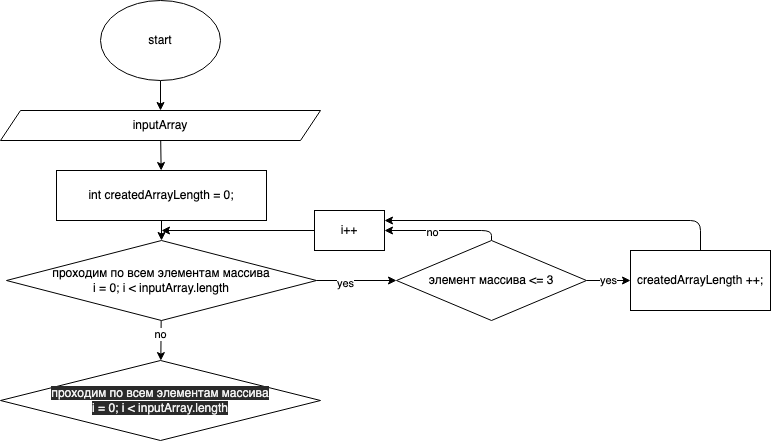
Before: finalTest.drawio.png, a diagram exported from draw.io (AlexanderRostovshchikov/final_test_work_first_quarter). Source tidied: cells renumbered, new cells last; positions are measured from the earlier drawing's top-left corner, leaving out a move shared by most shapes. The source it was exported from:
```xml
<mxGraphModel>
  <root>
    <mxCell id="0" />
    <mxCell id="1" parent="0" />
    <mxCell id="2" style="edgeStyle=none;html=1;" parent="1" edge="1" source="3" target="5">
      <mxGeometry relative="1" as="geometry" />
    </mxCell>
    <mxCell id="3" value="start" style="ellipse;whiteSpace=wrap;html=1;" parent="1" vertex="1">
      <mxGeometry x="100" width="120" height="80" as="geometry" />
    </mxCell>
    <mxCell id="4" style="edgeStyle=none;html=1;" parent="1" edge="1" source="5" target="7">
      <mxGeometry relative="1" as="geometry" />
    </mxCell>
    <mxCell id="5" value="inputArray" style="shape=parallelogram;perimeter=parallelogramPerimeter;whiteSpace=wrap;html=1;fixedSize=1;" parent="1" vertex="1">
      <mxGeometry y="110" width="320" height="30" as="geometry" />
    </mxCell>
    <mxCell id="6" style="edgeStyle=none;html=1;" parent="1" edge="1" source="7" target="12">
      <mxGeometry relative="1" as="geometry" />
    </mxCell>
    <mxCell id="7" value="int createdArrayLength = 0;" style="whiteSpace=wrap;html=1;" parent="1" vertex="1">
      <mxGeometry x="56" y="170" width="210" height="50" as="geometry" />
    </mxCell>
    <mxCell id="8" style="edgeStyle=none;html=1;" parent="1" edge="1" source="12" target="16">
      <mxGeometry relative="1" as="geometry" />
    </mxCell>
    <mxCell id="9" value="yes" style="edgeLabel;html=1;align=center;verticalAlign=middle;" parent="8" vertex="1">
      <mxGeometry x="-0.3" y="-2" relative="1" as="geometry" />
    </mxCell>
    <mxCell id="10" style="edgeStyle=none;html=1;" parent="1" edge="1" source="12" target="21">
      <mxGeometry relative="1" as="geometry" />
    </mxCell>
    <mxCell id="11" value="no" style="edgeLabel;html=1;align=center;verticalAlign=middle;" parent="10" vertex="1">
      <mxGeometry x="-0.3" y="-1" relative="1" as="geometry" />
    </mxCell>
    <mxCell id="12" value="проходим по всем элементам массива&lt;br&gt;i = 0; i &amp;lt; inputArray.length" style="rhombus;whiteSpace=wrap;html=1;" parent="1" vertex="1">
      <mxGeometry x="6" y="240" width="310" height="80" as="geometry" />
    </mxCell>
    <mxCell id="13" style="edgeStyle=none;html=1;exitX=0.5;exitY=0;exitDx=0;exitDy=0;" parent="1" edge="1" source="16" target="18">
      <mxGeometry relative="1" as="geometry">
        <Array as="points">
          <mxPoint x="491" y="230" />
        </Array>
      </mxGeometry>
    </mxCell>
    <mxCell id="14" value="no" style="edgeLabel;html=1;align=center;verticalAlign=middle;" parent="13" vertex="1">
      <mxGeometry x="0.2" y="1" relative="1" as="geometry" />
    </mxCell>
    <mxCell id="15" value="yes" style="edgeStyle=none;html=1;" parent="1" edge="1" source="16">
      <mxGeometry relative="1" as="geometry">
        <mxPoint x="630" y="280" as="targetPoint" />
      </mxGeometry>
    </mxCell>
    <mxCell id="16" value="элемент массива &amp;lt;= 3" style="rhombus;whiteSpace=wrap;html=1;" parent="1" vertex="1">
      <mxGeometry x="396" y="240" width="190" height="80" as="geometry" />
    </mxCell>
    <mxCell id="17" style="edgeStyle=none;html=1;" parent="1" edge="1" source="18">
      <mxGeometry relative="1" as="geometry">
        <mxPoint x="161" y="230" as="targetPoint" />
      </mxGeometry>
    </mxCell>
    <mxCell id="18" value="i++" style="rounded=0;whiteSpace=wrap;html=1;" parent="1" vertex="1">
      <mxGeometry x="314" y="210" width="70" height="40" as="geometry" />
    </mxCell>
    <mxCell id="19" style="edgeStyle=none;html=1;exitX=0.5;exitY=0;exitDx=0;exitDy=0;entryX=1;entryY=0.25;entryDx=0;entryDy=0;" parent="1" edge="1" source="20" target="18">
      <mxGeometry relative="1" as="geometry">
        <Array as="points">
          <mxPoint x="700" y="220" />
        </Array>
      </mxGeometry>
    </mxCell>
    <mxCell id="20" value="createdArrayLength ++;&lt;br&gt;" style="rounded=0;whiteSpace=wrap;html=1;" parent="1" vertex="1">
      <mxGeometry x="630" y="250" width="140" height="60" as="geometry" />
    </mxCell>
    <mxCell id="21" value="&lt;meta charset=&quot;utf-8&quot;&gt;&lt;span style=&quot;color: rgb(240, 240, 240); font-family: helvetica; font-size: 12px; font-style: normal; font-weight: 400; letter-spacing: normal; text-align: center; text-indent: 0px; text-transform: none; word-spacing: 0px; background-color: rgb(42, 42, 42); display: inline; float: none;&quot;&gt;проходим по всем элементам массива&lt;/span&gt;&lt;br style=&quot;color: rgb(240, 240, 240); font-family: helvetica; font-size: 12px; font-style: normal; font-weight: 400; letter-spacing: normal; text-align: center; text-indent: 0px; text-transform: none; word-spacing: 0px; background-color: rgb(42, 42, 42);&quot;&gt;&lt;span style=&quot;color: rgb(240, 240, 240); font-family: helvetica; font-size: 12px; font-style: normal; font-weight: 400; letter-spacing: normal; text-align: center; text-indent: 0px; text-transform: none; word-spacing: 0px; background-color: rgb(42, 42, 42); display: inline; float: none;&quot;&gt;i = 0; i &amp;lt; inputArray.length&lt;/span&gt;" style="rhombus;whiteSpace=wrap;html=1;" parent="1" vertex="1">
      <mxGeometry y="360" width="320" height="80" as="geometry" />
    </mxCell>
  </root>
</mxGraphModel>
```
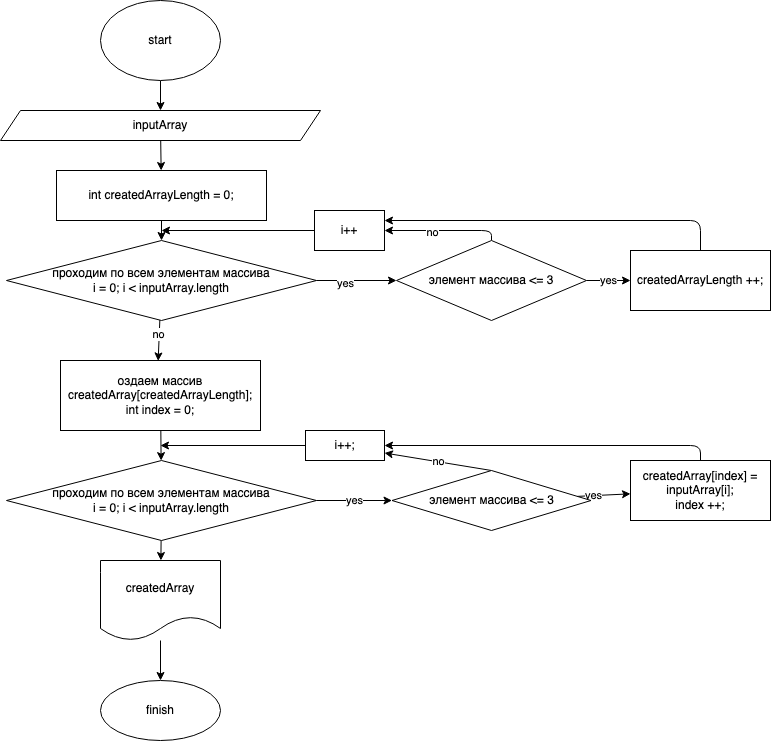
Later version of the same file.

Change to the diagram source:
```diff
@@ -26,8 +26,10 @@
     <mxCell id="9" value="yes" style="edgeLabel;html=1;align=center;verticalAlign=middle;" parent="8" vertex="1">
       <mxGeometry x="-0.3" y="-2" relative="1" as="geometry" />
     </mxCell>
-    <mxCell id="10" style="edgeStyle=none;html=1;" parent="1" edge="1" source="12" target="21">
-      <mxGeometry relative="1" as="geometry" />
+    <mxCell id="10" style="edgeStyle=none;html=1;" parent="1" edge="1" source="12">
+      <mxGeometry relative="1" as="geometry">
+        <mxPoint x="157.6" y="360.4" as="targetPoint" />
+      </mxGeometry>
     </mxCell>
     <mxCell id="11" value="no" style="edgeLabel;html=1;align=center;verticalAlign=middle;" parent="10" vertex="1">
       <mxGeometry x="-0.3" y="-1" relative="1" as="geometry" />
@@ -71,8 +73,59 @@
     <mxCell id="20" value="createdArrayLength ++;&lt;br&gt;" style="rounded=0;whiteSpace=wrap;html=1;" parent="1" vertex="1">
       <mxGeometry x="630" y="250" width="140" height="60" as="geometry" />
     </mxCell>
+    <mxCell id="22" style="edgeStyle=none;html=1;" parent="1" edge="1" source="23" target="21">
+      <mxGeometry relative="1" as="geometry" />
+    </mxCell>
+    <mxCell id="23" value="оздаем массив createdArray[createdArrayLength];&lt;br&gt;int index = 0;" style="rounded=0;whiteSpace=wrap;html=1;" parent="1" vertex="1">
+      <mxGeometry x="60" y="360" width="200" height="70" as="geometry" />
+    </mxCell>
+    <mxCell id="24" value="yes" style="edgeStyle=none;html=1;entryX=0;entryY=0.5;entryDx=0;entryDy=0;exitX=1;exitY=0.5;exitDx=0;exitDy=0;" parent="1" edge="1" source="21" target="29">
+      <mxGeometry relative="1" as="geometry" />
+    </mxCell>
+    <mxCell id="25" style="edgeStyle=none;html=1;" parent="1" edge="1" source="21" target="35">
+      <mxGeometry relative="1" as="geometry" />
+    </mxCell>
-    <mxCell id="21" value="&lt;meta charset=&quot;utf-8&quot;&gt;&lt;span style=&quot;color: rgb(240, 240, 240); font-family: helvetica; font-size: 12px; font-style: normal; font-weight: 400; letter-spacing: normal; text-align: center; text-indent: 0px; text-transform: none; word-spacing: 0px; background-color: rgb(42, 42, 42); display: inline; float: none;&quot;&gt;проходим по всем элементам массива&lt;/span&gt;&lt;br style=&quot;color: rgb(240, 240, 240); font-family: helvetica; font-size: 12px; font-style: normal; font-weight: 400; letter-spacing: normal; text-align: center; text-indent: 0px; text-transform: none; word-spacing: 0px; background-color: rgb(42, 42, 42);&quot;&gt;&lt;span style=&quot;color: rgb(240, 240, 240); font-family: helvetica; font-size: 12px; font-style: normal; font-weight: 400; letter-spacing: normal; text-align: center; text-indent: 0px; text-transform: none; word-spacing: 0px; background-color: rgb(42, 42, 42); display: inline; float: none;&quot;&gt;i = 0; i &amp;lt; inputArray.length&lt;/span&gt;" style="rhombus;whiteSpace=wrap;html=1;" parent="1" vertex="1">
-      <mxGeometry y="360" width="320" height="80" as="geometry" />
+    <mxCell id="21" value="проходим по всем элементам массива&lt;br&gt;i = 0; i &amp;lt; inputArray.length" style="rhombus;whiteSpace=wrap;html=1;" parent="1" vertex="1">
+      <mxGeometry x="6" y="460" width="310" height="80" as="geometry" />
     </mxCell>
+    <mxCell id="26" style="edgeStyle=none;html=1;" parent="1" edge="1" source="29" target="31">
+      <mxGeometry relative="1" as="geometry" />
+    </mxCell>
+    <mxCell id="27" value="yes" style="edgeLabel;html=1;align=center;verticalAlign=middle;" parent="26" vertex="1">
+      <mxGeometry x="-0.41" y="1" relative="1" as="geometry" />
+    </mxCell>
+    <mxCell id="28" value="no" style="edgeStyle=none;html=1;exitX=0.5;exitY=0;exitDx=0;exitDy=0;entryX=1;entryY=0.75;entryDx=0;entryDy=0;" parent="1" edge="1" source="29" target="33">
+      <mxGeometry relative="1" as="geometry" />
+    </mxCell>
+    <mxCell id="29" value="&lt;span&gt;элемент массива &amp;lt;= 3&lt;/span&gt;" style="rhombus;whiteSpace=wrap;html=1;" parent="1" vertex="1">
+      <mxGeometry x="391.5" y="470" width="199" height="60" as="geometry" />
+    </mxCell>
+    <mxCell id="30" style="edgeStyle=none;html=1;" parent="1" edge="1" source="31" target="33">
+      <mxGeometry relative="1" as="geometry">
+        <Array as="points">
+          <mxPoint x="700" y="445" />
+        </Array>
+      </mxGeometry>
+    </mxCell>
+    <mxCell id="31" value="createdArray[index] = inputArray[i];&lt;br&gt;index ++;" style="whiteSpace=wrap;html=1;" parent="1" vertex="1">
+      <mxGeometry x="630" y="460" width="140" height="60" as="geometry" />
+    </mxCell>
+    <mxCell id="32" style="edgeStyle=none;html=1;" parent="1" edge="1" source="33">
+      <mxGeometry relative="1" as="geometry">
+        <mxPoint x="160" y="445" as="targetPoint" />
+      </mxGeometry>
+    </mxCell>
+    <mxCell id="33" value="i++;" style="rounded=0;whiteSpace=wrap;html=1;" parent="1" vertex="1">
+      <mxGeometry x="305" y="430" width="79" height="30" as="geometry" />
+    </mxCell>
+    <mxCell id="34" style="edgeStyle=none;html=1;" parent="1" edge="1" source="35" target="36">
+      <mxGeometry relative="1" as="geometry" />
+    </mxCell>
+    <mxCell id="35" value="createdArray" style="shape=document;whiteSpace=wrap;html=1;boundedLbl=1;" parent="1" vertex="1">
+      <mxGeometry x="100" y="560" width="120" height="80" as="geometry" />
+    </mxCell>
+    <mxCell id="36" value="finish" style="ellipse;whiteSpace=wrap;html=1;" parent="1" vertex="1">
+      <mxGeometry x="100" y="680" width="120" height="60" as="geometry" />
+    </mxCell>
   </root>
 </mxGraphModel>
```
